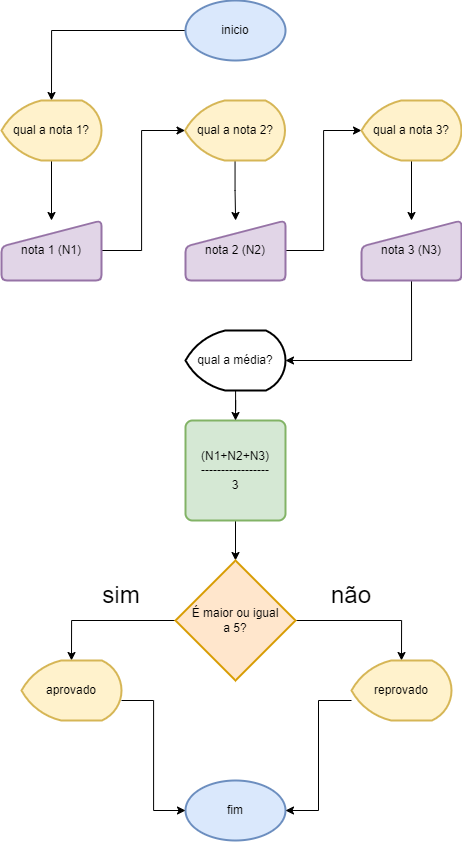
This is Diagrama sem nome.drawio.png from mlm5608/fluxogramas, a draw.io export, as it was before one commit. Source tidied: cells renumbered, new cells last; positions are measured from the earlier drawing's top-left corner, leaving out a move shared by most shapes.
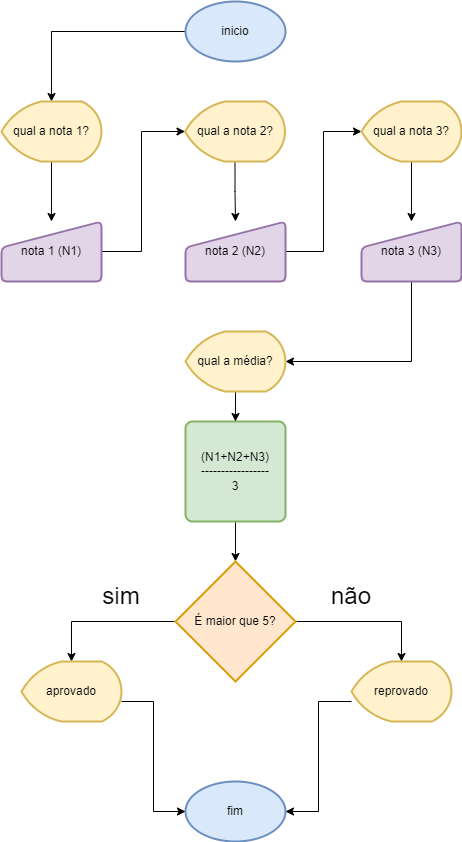
After the commit.

Change to the diagram source:
```diff
@@ -52,7 +52,7 @@
     <mxCell id="16" style="edgeStyle=orthogonalEdgeStyle;rounded=0;jettySize=auto;html=1;entryX=0.5;entryY=0;entryDx=0;entryDy=0;" parent="1" edge="1" source="17" target="15">
       <mxGeometry relative="1" as="geometry" />
     </mxCell>
-    <mxCell id="17" value="qual a média?" style="strokeWidth=2;html=1;shape=mxgraph.flowchart.display;whiteSpace=wrap;" parent="1" vertex="1">
+    <mxCell id="17" value="qual a média?" style="strokeWidth=2;html=1;shape=mxgraph.flowchart.display;whiteSpace=wrap;fillColor=#fff2cc;strokeColor=#d6b656;" parent="1" vertex="1">
       <mxGeometry x="184" y="330" width="100" height="60" as="geometry" />
     </mxCell>
     <mxCell id="18" style="edgeStyle=orthogonalEdgeStyle;rounded=0;jettySize=auto;html=1;entryX=0.5;entryY=0;entryDx=0;entryDy=0;entryPerimeter=0;" parent="1" edge="1" source="20" target="27">
@@ -61,7 +61,7 @@
     <mxCell id="19" style="edgeStyle=orthogonalEdgeStyle;rounded=0;jettySize=auto;html=1;entryX=0.5;entryY=0;entryDx=0;entryDy=0;entryPerimeter=0;" parent="1" edge="1" source="20" target="28">
       <mxGeometry relative="1" as="geometry" />
     </mxCell>
-    <mxCell id="20" value="É maior ou igual &lt;br&gt;a 5?" style="strokeWidth=2;html=1;shape=mxgraph.flowchart.decision;whiteSpace=wrap;fillColor=#ffe6cc;strokeColor=#d79b00;" parent="1" vertex="1">
+    <mxCell id="20" value="É maior que 5?" style="strokeWidth=2;html=1;shape=mxgraph.flowchart.decision;whiteSpace=wrap;fillColor=#ffe6cc;strokeColor=#d79b00;" parent="1" vertex="1">
       <mxGeometry x="174" y="560" width="120" height="120" as="geometry" />
     </mxCell>
     <mxCell id="21" value="fim" style="strokeWidth=2;html=1;shape=mxgraph.flowchart.start_1;whiteSpace=wrap;fillColor=#dae8fc;strokeColor=#6c8ebf;" parent="1" vertex="1">
```
